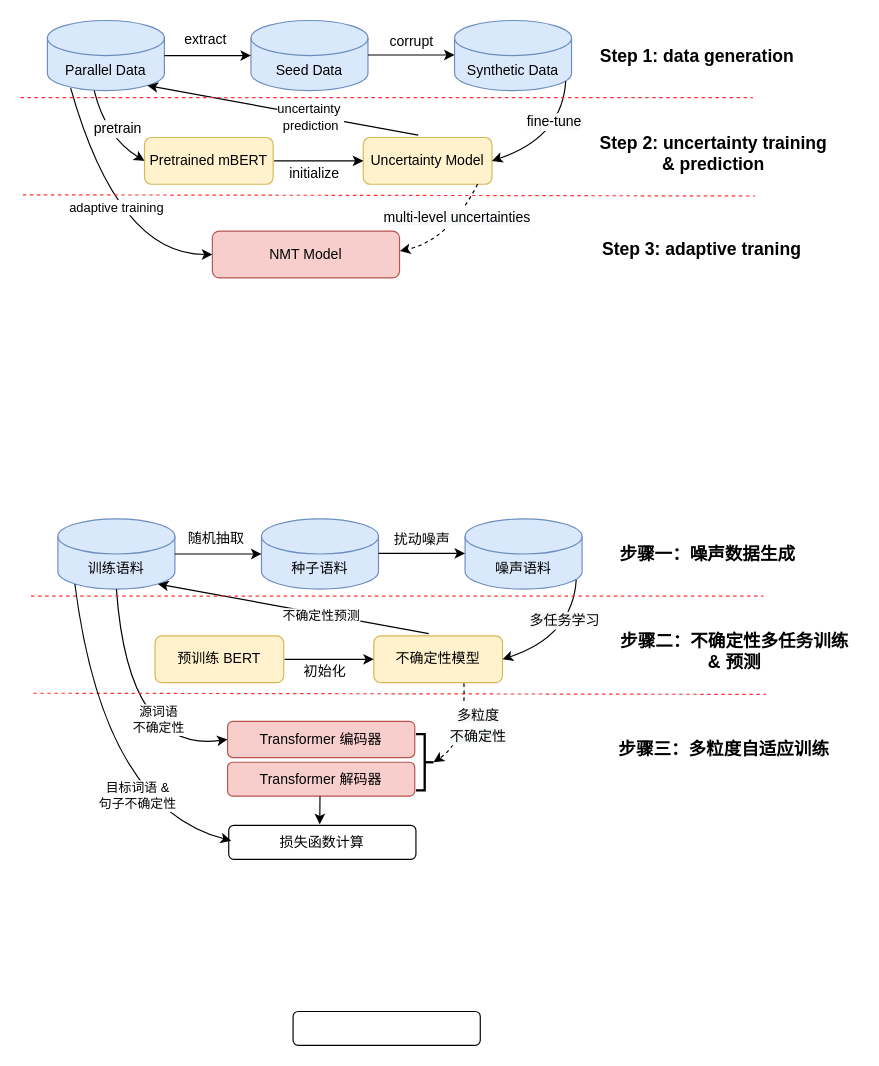
Before: uncertaintyNMT.drawio in lizezhonglaile/drawio, a draw.io diagram. Source tidied: cells renumbered, new cells numbered last; positions are measured from the earlier drawing's top-left corner, leaving out a move shared by most shapes. Both pictures are drawn from the tidied source at 117%, with x=0, y=0 at pixel (20, 20).
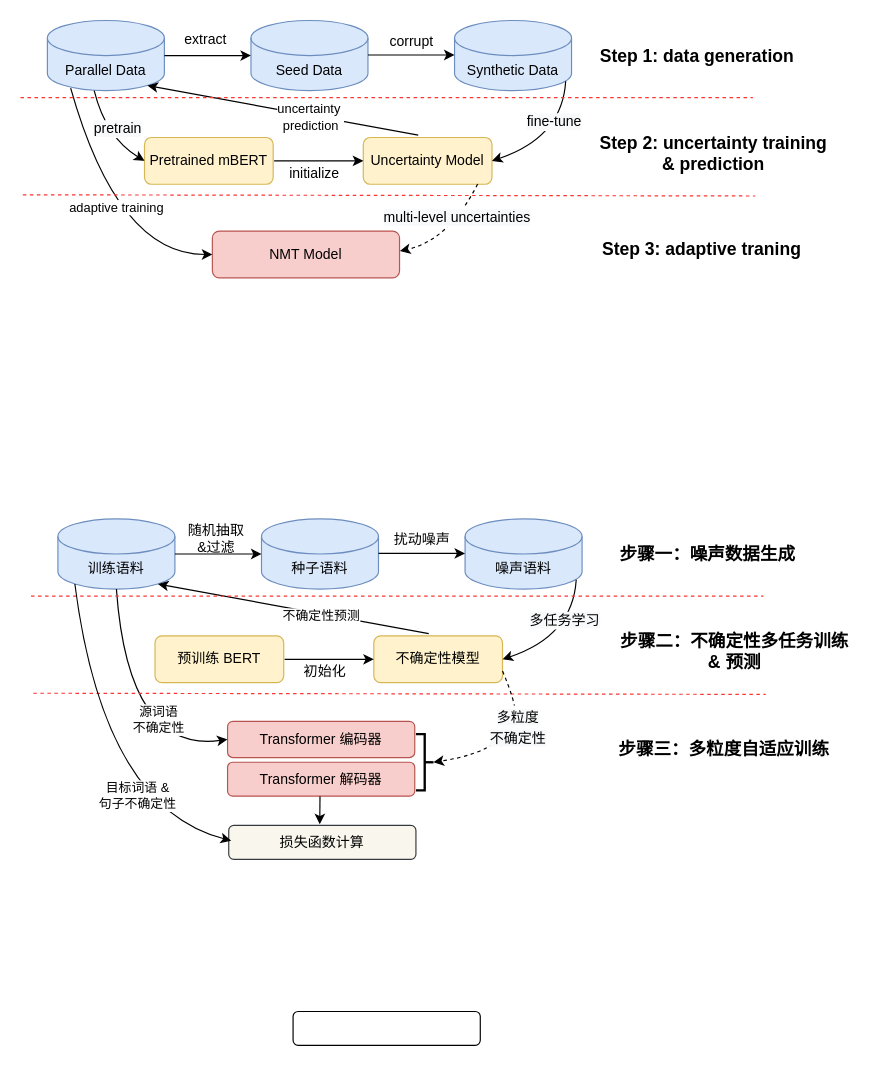
The same diagram, later.

Unchanged cells that the change refers to:
```xml
<mxCell id="34" value="不确定性模型" style="rounded=1;whiteSpace=wrap;html=1;fillColor=#fff2cc;strokeColor=#d6b656;" parent="1" vertex="1">
  <mxGeometry x="302" y="526" width="110" height="40" as="geometry" />
</mxCell>
<mxCell id="60" style="strokeWidth=2;html=1;shape=mxgraph.flowchart.annotation_2;align=left;labelPosition=right;rotation=-180;" parent="1" vertex="1">
  <mxGeometry x="338" y="610" width="15" height="48" as="geometry" />
</mxCell>
```

Diff of the diagram source:
```diff
@@
-    <mxCell id="44" value="随机抽取" style="text;html=1;align=center;verticalAlign=middle;strokeColor=none;fillColor=none;" parent="1" vertex="1">
-      <mxGeometry x="134" y="430" width="66" height="26" as="geometry" />
+    <mxCell id="44" value="随机抽取&lt;br&gt;&amp;amp;过滤" style="text;html=1;align=center;verticalAlign=middle;strokeColor=none;fillColor=none;" parent="1" vertex="1">
+      <mxGeometry x="134" y="422" width="66" height="41" as="geometry" />
     </mxCell>
@@
-    <mxCell id="52" style="curved=1;endArrow=classic;html=1;rounded=0;exitX=0.7;exitY=1.013;exitDx=0;exitDy=0;dashed=1;entryX=0;entryY=0.5;entryDx=0;entryDy=0;entryPerimeter=0;exitPerimeter=0;" parent="1" edge="1" source="34" target="60">
+    <mxCell id="52" style="curved=1;endArrow=classic;html=1;rounded=0;exitX=1;exitY=0.75;exitDx=0;exitDy=0;dashed=1;entryX=0;entryY=0.5;entryDx=0;entryDy=0;entryPerimeter=0;" parent="1" edge="1" source="34" target="60">
       <mxGeometry relative="1" as="geometry">
         <Array as="points">
-          <mxPoint x="381" y="616" />
+          <mxPoint x="423" y="582" />
+          <mxPoint x="423" y="604" />
+          <mxPoint x="392" y="628" />
         </Array>
       </mxGeometry>
     </mxCell>
     <mxCell id="53" value="&lt;span style=&quot;font-size: 12px; background-color: rgb(248, 249, 250);&quot;&gt;多粒度&lt;br&gt;不确定性&lt;/span&gt;" style="edgeLabel;html=1;align=center;verticalAlign=middle;fontSize=15;spacing=1;" parent="52" vertex="1">
       <mxGeometry x="-0.28" y="-3" relative="1" as="geometry">
-        <mxPoint x="13" y="4" as="offset" />
+        <mxPoint x="4" y="3" as="offset" />
       </mxGeometry>
     </mxCell>
@@
-    <mxCell id="56" value="损失函数计算" style="rounded=1;whiteSpace=wrap;html=1;" parent="1" vertex="1">
+    <mxCell id="56" value="损失函数计算" style="rounded=1;whiteSpace=wrap;html=1;fillColor=#f9f7ed;strokeColor=#36393d;" parent="1" vertex="1">
       <mxGeometry x="178" y="688" width="160" height="29" as="geometry" />
     </mxCell>
```
